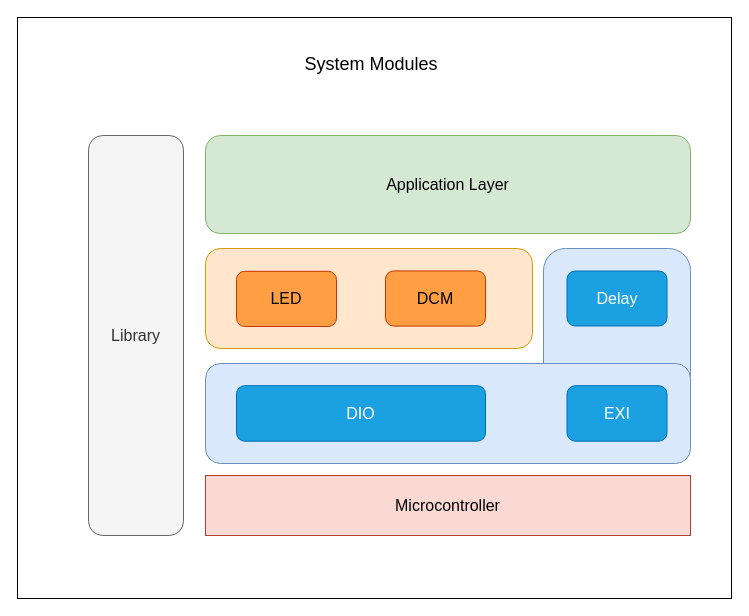
Above: Documents/Moving Car System Design - System Modules.drawio in AbdelrhmanWalaa/Moving-Car-Project (draw.io), before the change. Source tidied: cells renumbered, new cells numbered last; positions are measured from the earlier drawing's top-left corner, leaving out a move shared by most shapes. Both pictures are drawn from the tidied source at 100%, with x=0, y=0 at pixel (17, 17).
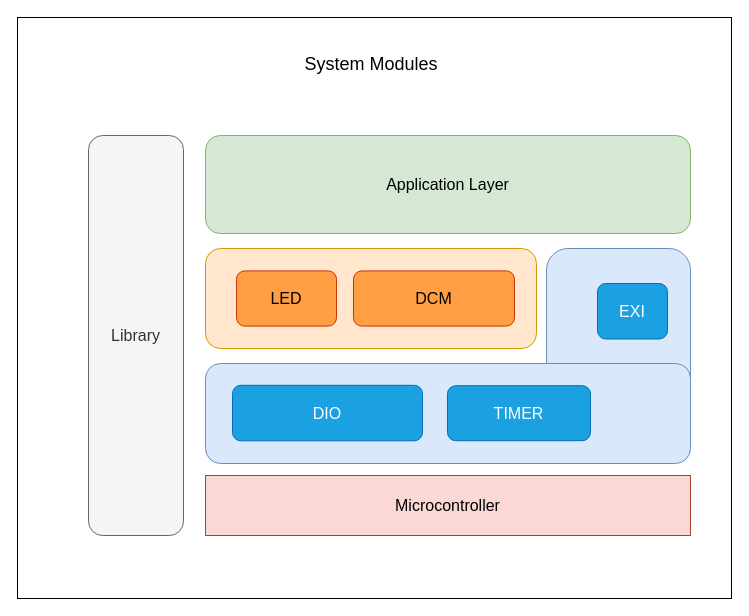
The same page after the edit.

Change to the diagram source:
```diff
@@
 <mxGraphModel>
   <root>
     <mxCell id="0" />
     <mxCell id="1" parent="0" />
     <mxCell id="2" style="rounded=0;whiteSpace=wrap;html=1;fontSize=16;" parent="1" vertex="1">
       <mxGeometry width="714" height="581" as="geometry" />
     </mxCell>
     <mxCell id="3" style="rounded=1;whiteSpace=wrap;html=1;fontSize=16;fillColor=#ffe6cc;strokeColor=#d79b00;" parent="1" vertex="1">
-      <mxGeometry x="188" y="231" width="327" height="100" as="geometry" />
+      <mxGeometry x="188" y="231" width="331" height="100" as="geometry" />
     </mxCell>
     <mxCell id="4" value="Application Layer" style="rounded=1;whiteSpace=wrap;html=1;fontSize=16;fillColor=#d5e8d4;strokeColor=#82b366;" parent="1" vertex="1">
       <mxGeometry x="188" y="118" width="485" height="98" as="geometry" />
     </mxCell>
     <mxCell id="5" value="Library" style="rounded=1;whiteSpace=wrap;html=1;fontSize=16;fillColor=#f5f5f5;fontColor=#333333;strokeColor=#666666;" parent="1" vertex="1">
       <mxGeometry x="71" y="118" width="95" height="400" as="geometry" />
     </mxCell>
     <mxCell id="6" value="&lt;font style=&quot;font-size: 18px;&quot;&gt;System Modules&lt;/font&gt;" style="text;html=1;strokeColor=none;fillColor=none;align=center;verticalAlign=middle;whiteSpace=wrap;rounded=0;fontSize=16;" parent="1" vertex="1">
       <mxGeometry x="229" y="32" width="250" height="30" as="geometry" />
     </mxCell>
     <mxCell id="7" value="Microcontroller" style="rounded=0;whiteSpace=wrap;html=1;fontSize=16;fillColor=#fad9d5;strokeColor=#ae4132;" parent="1" vertex="1">
       <mxGeometry x="188" y="458" width="485" height="60" as="geometry" />
     </mxCell>
     <mxCell id="8" value="LED" style="rounded=1;whiteSpace=wrap;html=1;fontSize=16;fillColor=#ff9e42;fontColor=#000000;strokeColor=#C73500;" parent="1" vertex="1">
-      <mxGeometry x="219" y="253.8" width="100" height="55.2" as="geometry" />
+      <mxGeometry x="219" y="253.4" width="100" height="55.2" as="geometry" />
     </mxCell>
     <mxCell id="9" value="DCM" style="rounded=1;whiteSpace=wrap;html=1;fontSize=16;fillColor=#ff9e42;fontColor=#000000;strokeColor=#C73500;" parent="1" vertex="1">
-      <mxGeometry x="368" y="253.4" width="100" height="55.2" as="geometry" />
+      <mxGeometry x="336" y="253.4" width="161" height="55.2" as="geometry" />
     </mxCell>
     <mxCell id="10" style="edgeStyle=none;curved=1;rounded=0;orthogonalLoop=1;jettySize=auto;html=1;exitX=0.5;exitY=1;exitDx=0;exitDy=0;fontSize=12;startSize=8;endSize=8;" parent="1" edge="1" source="14" target="14">
       <mxGeometry relative="1" as="geometry" />
     </mxCell>
     <mxCell id="11" style="rounded=1;whiteSpace=wrap;html=1;fontSize=16;fillColor=#dae8fc;strokeColor=#6c8ebf;" parent="1" vertex="1">
-      <mxGeometry x="526" y="231" width="147" height="215" as="geometry" />
+      <mxGeometry x="529" y="231" width="144" height="215" as="geometry" />
     </mxCell>
     <mxCell id="12" style="rounded=1;whiteSpace=wrap;html=1;fontSize=16;fillColor=#dae8fc;strokeColor=#6c8ebf;" parent="1" vertex="1">
       <mxGeometry x="188" y="346" width="485" height="100" as="geometry" />
     </mxCell>
     <mxCell id="13" value="DIO" style="rounded=1;whiteSpace=wrap;html=1;fontSize=16;fillColor=#1ba1e2;fontColor=#ffffff;strokeColor=#006EAF;" parent="1" vertex="1">
-      <mxGeometry x="219" y="368.2" width="249" height="55.5" as="geometry" />
+      <mxGeometry x="215" y="367.8" width="190" height="55.5" as="geometry" />
     </mxCell>
     <mxCell id="14" value="EXI" style="rounded=1;whiteSpace=wrap;html=1;fontSize=16;fillColor=#1ba1e2;fontColor=#ffffff;strokeColor=#006EAF;" parent="1" vertex="1">
-      <mxGeometry x="549.5" y="368.2" width="100" height="55.5" as="geometry" />
+      <mxGeometry x="580" y="266" width="70" height="55.5" as="geometry" />
     </mxCell>
-    <mxCell id="15" value="Delay" style="rounded=1;whiteSpace=wrap;html=1;fontSize=16;fillColor=#1ba1e2;fontColor=#ffffff;strokeColor=#006EAF;" parent="1" vertex="1">
-      <mxGeometry x="549.5" y="253.5" width="100" height="55" as="geometry" />
+    <mxCell id="15" value="TIMER" style="rounded=1;whiteSpace=wrap;html=1;fontSize=16;fillColor=#1ba1e2;fontColor=#ffffff;strokeColor=#006EAF;" parent="1" vertex="1">
+      <mxGeometry x="430" y="368.2" width="143" height="55" as="geometry" />
     </mxCell>
   </root>
 </mxGraphModel>
```
